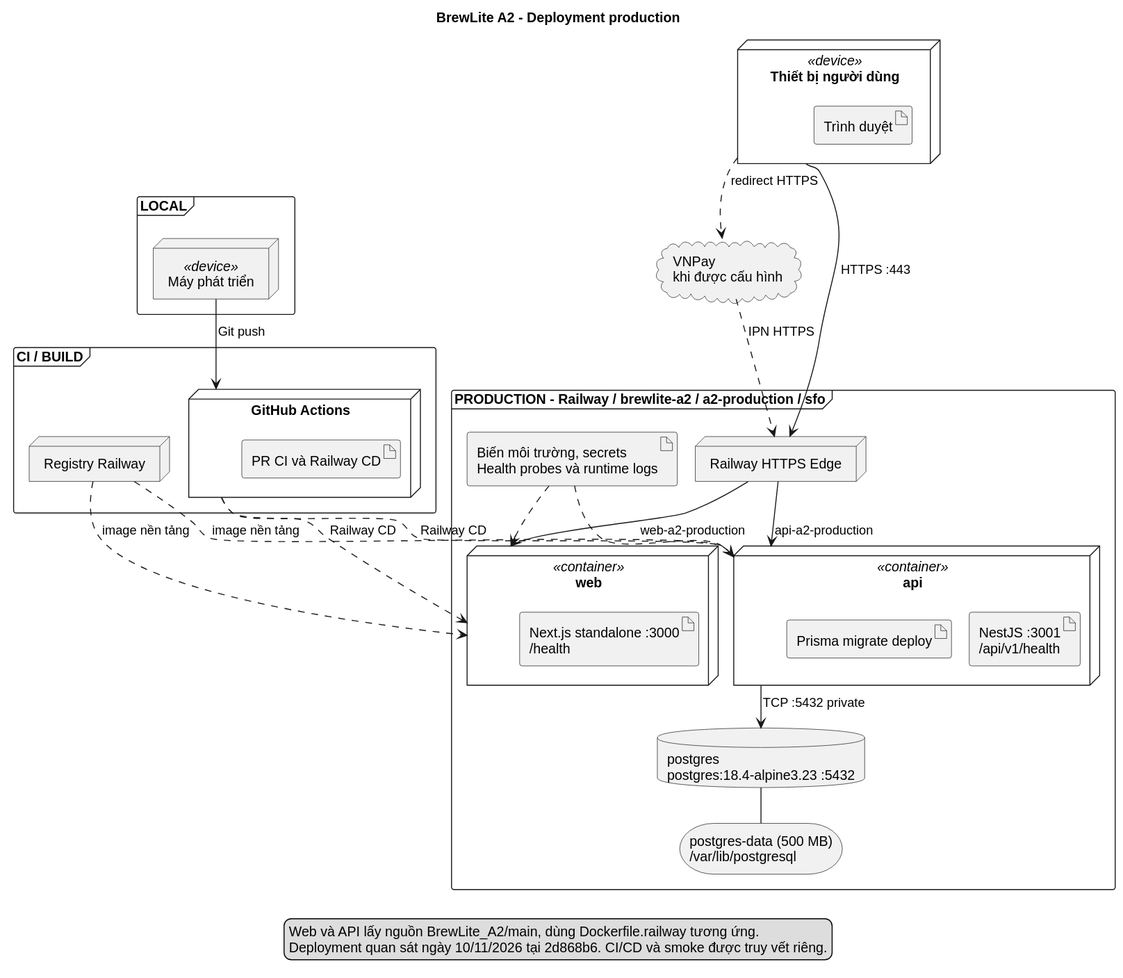
This is docs/diagrams/deployment-production.svg from Fatcatmmb-sudo/BrewLite_A2, a PlantUML export, as it was before one commit. Its diagram source:
```plantuml
@startuml
!pragma layout smetana
title BrewLite A2 - Deployment production
skinparam defaultFontName Arial
skinparam shadowing false
skinparam nodesep 25
skinparam ranksep 35

node "Thiết bị người dùng" as Browser <<device>> {
  artifact "Trình duyệt" as Client
  }
frame "LOCAL" {
  node "Máy phát triển" as Dev <<device>>
}
frame "CI / BUILD" {
  node "GitHub Actions" as CI {
    artifact "PR CI và Railway CD" as Workflows
  }
  node "Registry Railway" as Registry
}
frame "PRODUCTION - Railway / brewlite-a2 / a2-production / sfo" {
  node "Railway HTTPS Edge" as Edge
  node "web" as Web <<container>> {
    artifact "Next.js standalone :3000\n/health" as Next
  }
  node "api" as API <<container>> {
    artifact "NestJS :3001\n/api/v1/health" as Nest
    artifact "Prisma migrate deploy" as Prisma
  }
  database "postgres\npostgres:18.4-alpine3.23 :5432" as DB
  storage "postgres-data (500 MB)\n/var/lib/postgresql" as Volume
  artifact "Biến môi trường, secrets\nHealth probes và runtime logs" as Ops
}
cloud "VNPay\nkhi được cấu hình" as VN

Dev --> CI : Git push
CI ..> Web : Railway CD
CI ..> API : Railway CD
Registry ..> Web : image nền tảng
Registry ..> API : image nền tảng
Browser --> Edge : HTTPS :443
Edge --> Web : web-a2-production
Edge --> API : api-a2-production
API --> DB : TCP :5432 private
DB -- Volume
Ops ..> Web
Ops ..> API
Browser ..> VN : redirect HTTPS
VN ..> Edge : IPN HTTPS
legend bottom
  Web và API lấy nguồn BrewLite_A2/main, dùng Dockerfile.railway tương ứng.
  Deployment quan sát ngày 10/11/2026 tại 2d868b6. CI/CD và smoke được truy vết riêng.
endlegend
@enduml
```
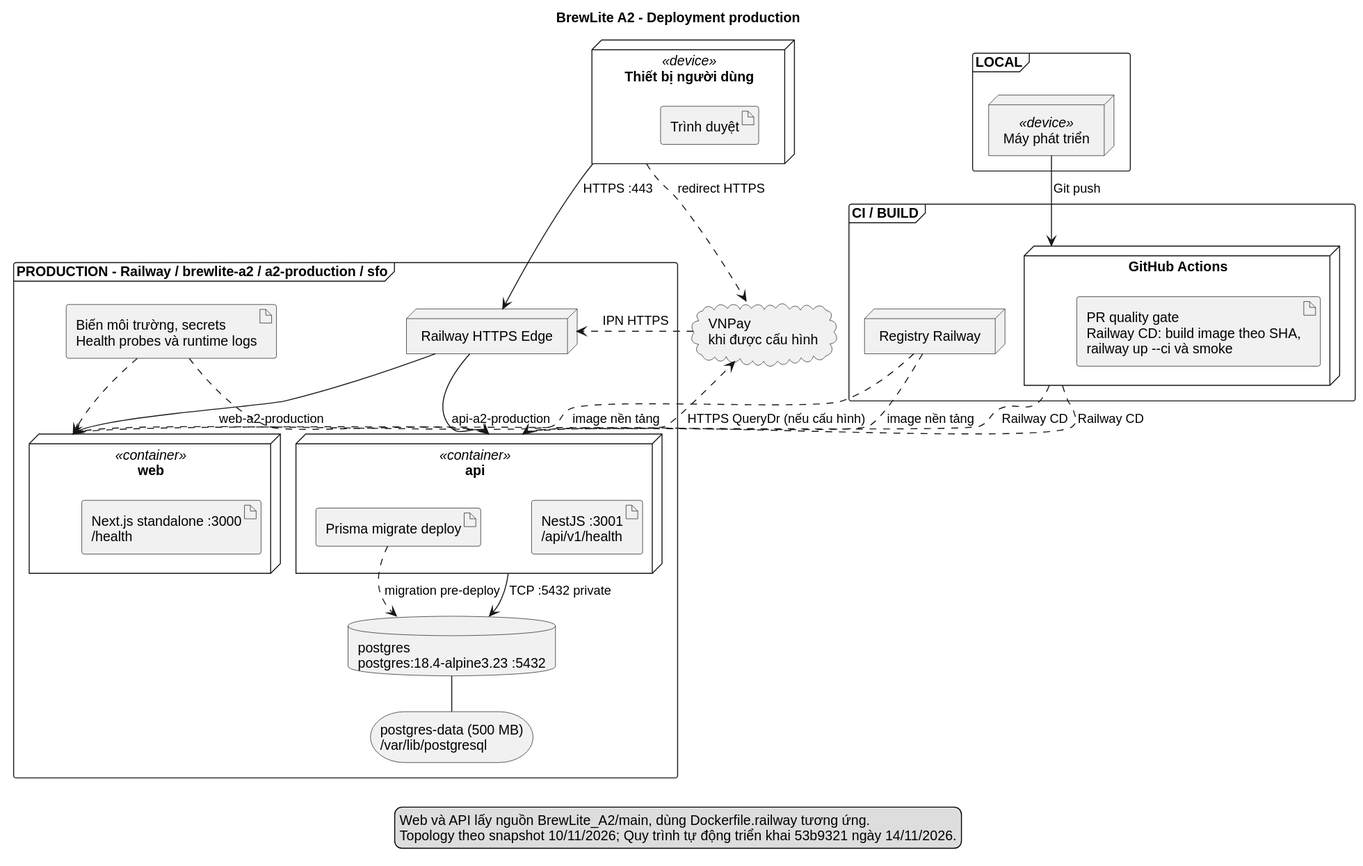
Later version of the same file.

Diff of the diagram source:
```diff
@@ -14,7 +14,7 @@
 }
 frame "CI / BUILD" {
   node "GitHub Actions" as CI {
-    artifact "PR CI và Railway CD" as Workflows
+    artifact "PR quality gate\nRailway CD: build image theo SHA,\nrailway up --ci và smoke" as Workflows
   }
   node "Registry Railway" as Registry
 }
@@ -47,8 +47,10 @@
 Ops ..> API
 Browser ..> VN : redirect HTTPS
 VN ..> Edge : IPN HTTPS
+API ..> VN : HTTPS QueryDr (nếu cấu hình)
+Prisma ..> DB : migration pre-deploy
 legend bottom
   Web và API lấy nguồn BrewLite_A2/main, dùng Dockerfile.railway tương ứng.
-  Deployment quan sát ngày 10/11/2026 tại 2d868b6. CI/CD và smoke được truy vết riêng.
+  Topology theo snapshot 10/11/2026; Quy trình tự động triển khai 53b9321 ngày 14/11/2026.
 endlegend
 @enduml
```
